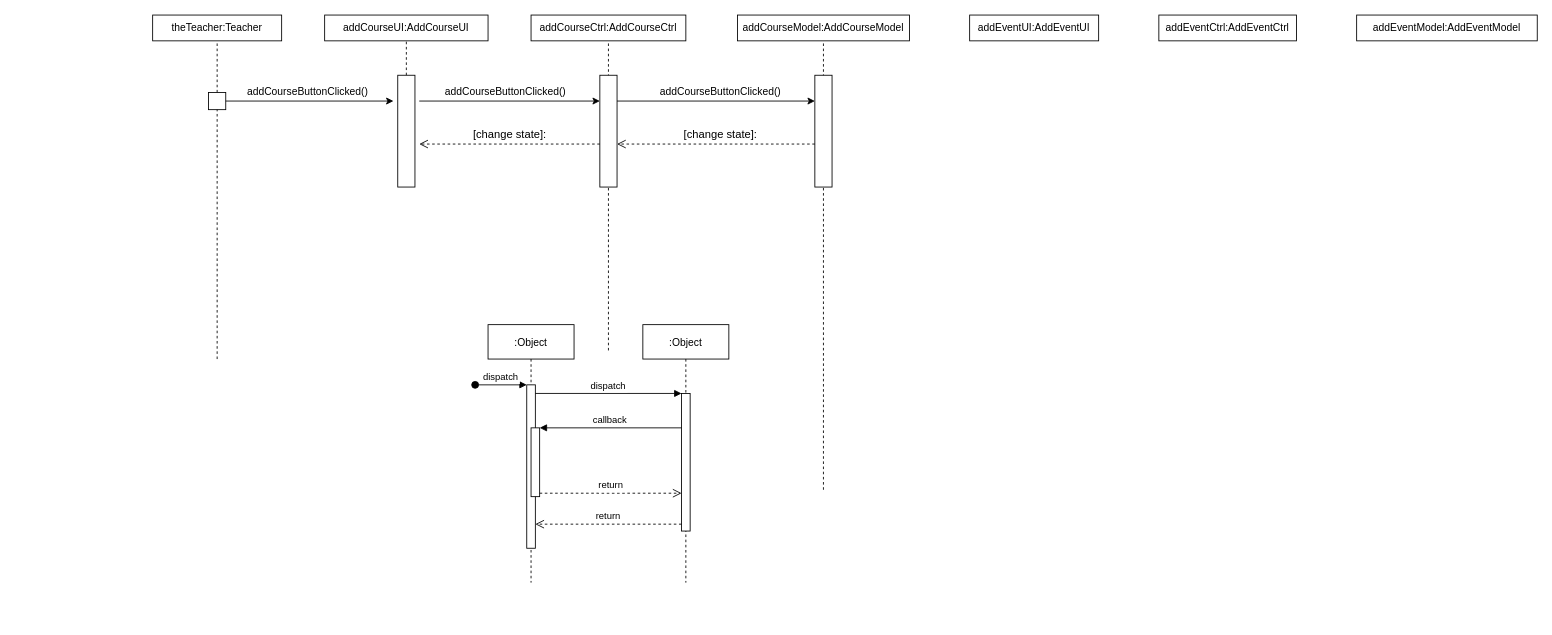
The draw.io diagram Untitled Diagram.drawio in jahan19011noor/university_project, before the edit. Source tidied: cells renumbered, new cells numbered last; positions are measured from the earlier drawing's top-left corner, leaving out a move shared by most shapes. Both pictures are drawn from the tidied source at 86%, with x=0, y=0 at pixel (152, 15).
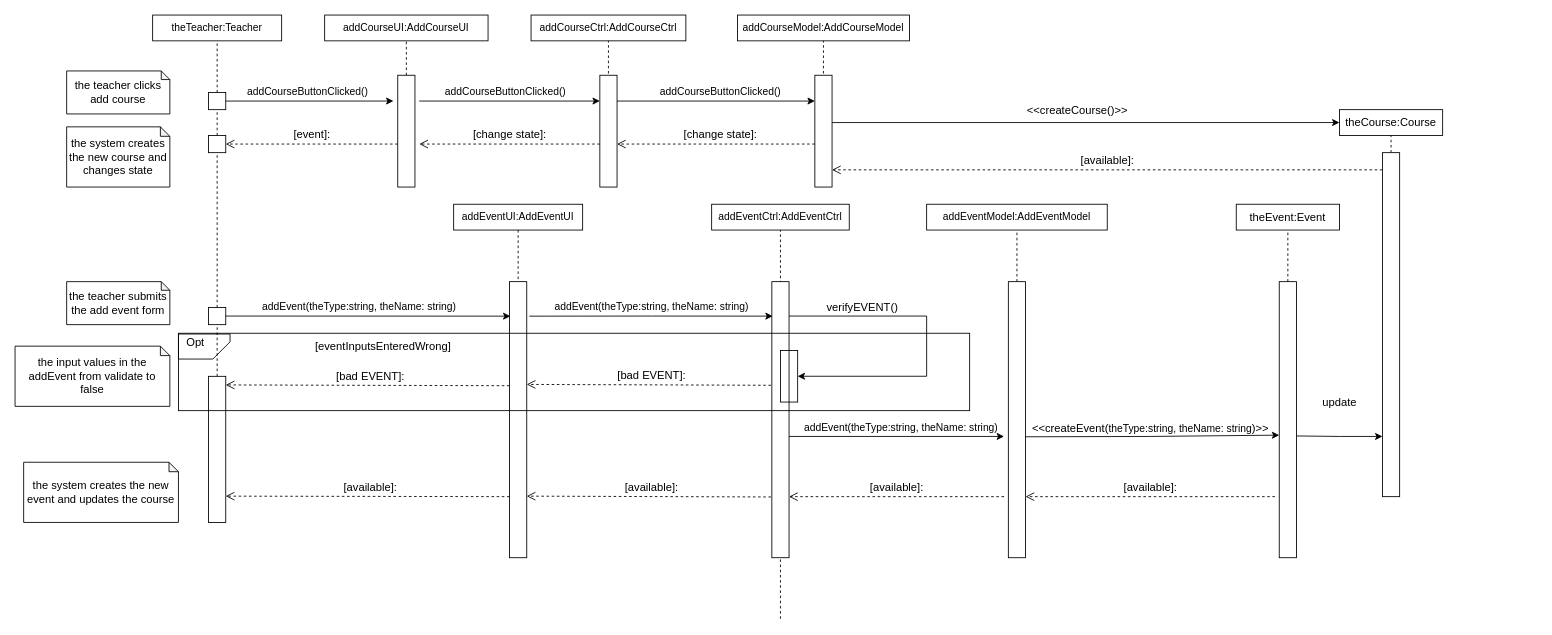
The same diagram, later.

The change refers to these unchanged cells:
```xml
<mxCell id="15" value="addCourseCtrl:AddCourseCtrl" style="rounded=0;whiteSpace=wrap;html=1;" parent="1" vertex="1">
  <mxGeometry x="440" width="180" height="30" as="geometry" />
</mxCell>
<mxCell id="16" value="addCourseModel:AddCourseModel" style="rounded=0;whiteSpace=wrap;html=1;" parent="1" vertex="1">
  <mxGeometry x="680" width="200" height="30" as="geometry" />
</mxCell>
<mxCell id="24" style="rounded=0;whiteSpace=wrap;html=1;" parent="1" vertex="1">
  <mxGeometry x="520" y="70" width="20" height="130" as="geometry" />
</mxCell>
<mxCell id="25" style="whiteSpace=wrap;html=1;" parent="1" vertex="1">
  <mxGeometry x="65" y="90" width="20" height="20" as="geometry" />
</mxCell>
<mxCell id="33" style="rounded=0;whiteSpace=wrap;html=1;" parent="1" vertex="1">
  <mxGeometry x="770" y="70" width="20" height="130" as="geometry" />
</mxCell>
```

The edit, as a diff of the source:
```diff
@@
-    <mxCell id="2" style="group;" parent="1" vertex="1">
-      <mxGeometry x="390" y="360" width="280" height="300" as="geometry" />
-    </mxCell>
-    <mxCell id="3" value=":Object" style="shape=umlLifeline;perimeter=lifelinePerimeter;rounded=0;shadow=0;strokeWidth=1;" parent="2" vertex="1">
-      <mxGeometry width="100" height="300" as="geometry" />
-    </mxCell>
-    <mxCell id="4" style="points=[];perimeter=orthogonalPerimeter;rounded=0;shadow=0;strokeWidth=1;" parent="3" vertex="1">
-      <mxGeometry x="45" y="70" width="10" height="190" as="geometry" />
-    </mxCell>
-    <mxCell id="5" value="dispatch" style="verticalAlign=bottom;startArrow=oval;endArrow=block;startSize=8;shadow=0;strokeWidth=1;" parent="3" edge="1" target="4">
-      <mxGeometry relative="1" as="geometry">
-        <mxPoint x="-15" y="70" as="sourcePoint" />
-      </mxGeometry>
-    </mxCell>
-    <mxCell id="6" style="points=[];perimeter=orthogonalPerimeter;rounded=0;shadow=0;strokeWidth=1;" parent="3" vertex="1">
-      <mxGeometry x="50" y="120" width="10" height="80" as="geometry" />
-    </mxCell>
-    <mxCell id="7" value=":Object" style="shape=umlLifeline;perimeter=lifelinePerimeter;rounded=0;shadow=0;strokeWidth=1;" parent="2" vertex="1">
-      <mxGeometry x="180" width="100" height="300" as="geometry" />
-    </mxCell>
-    <mxCell id="8" style="points=[];perimeter=orthogonalPerimeter;rounded=0;shadow=0;strokeWidth=1;" parent="7" vertex="1">
-      <mxGeometry x="45" y="80" width="10" height="160" as="geometry" />
-    </mxCell>
-    <mxCell id="9" value="return" style="verticalAlign=bottom;endArrow=open;dashed=1;endSize=8;exitX=0;exitY=0.95;shadow=0;strokeWidth=1;" parent="2" edge="1" source="8" target="4">
-      <mxGeometry relative="1" as="geometry" />
-    </mxCell>
-    <mxCell id="10" value="dispatch" style="verticalAlign=bottom;endArrow=block;entryX=0;entryY=0;shadow=0;strokeWidth=1;" parent="2" edge="1" source="4" target="8">
-      <mxGeometry relative="1" as="geometry" />
-    </mxCell>
-    <mxCell id="11" value="callback" style="verticalAlign=bottom;endArrow=block;entryX=1;entryY=0;shadow=0;strokeWidth=1;" parent="2" edge="1" source="8" target="6">
-      <mxGeometry relative="1" as="geometry" />
-    </mxCell>
-    <mxCell id="12" value="return" style="verticalAlign=bottom;endArrow=open;dashed=1;endSize=8;exitX=1;exitY=0.95;shadow=0;strokeWidth=1;" parent="2" edge="1" source="6" target="8">
-      <mxGeometry relative="1" as="geometry" />
-    </mxCell>
@@
     <mxCell id="17" value="addEventUI:AddEventUI" style="rounded=0;whiteSpace=wrap;html=1;" parent="1" vertex="1">
-      <mxGeometry x="950" width="150" height="30" as="geometry" />
+      <mxGeometry x="350" y="220" width="150" height="30" as="geometry" />
     </mxCell>
     <mxCell id="18" value="addEventModel:AddEventModel" style="rounded=0;whiteSpace=wrap;html=1;" parent="1" vertex="1">
-      <mxGeometry x="1400" width="210" height="30" as="geometry" />
+      <mxGeometry x="900" y="220" width="210" height="30" as="geometry" />
     </mxCell>
     <mxCell id="19" value="addEventCtrl:AddEventCtrl" style="rounded=0;whiteSpace=wrap;html=1;" parent="1" vertex="1">
-      <mxGeometry x="1170" width="160" height="30" as="geometry" />
+      <mxGeometry x="650" y="220" width="160" height="30" as="geometry" />
     </mxCell>
@@
-    <mxCell id="23" style="endArrow=none;dashed=1;html=1;rounded=0;entryX=0.5;entryY=1;entryDx=0;entryDy=0;" parent="1" edge="1" target="15">
-      <mxGeometry relative="1" as="geometry">
-        <mxPoint x="530" y="390" as="sourcePoint" />
-      </mxGeometry>
+    <mxCell id="23" style="endArrow=none;dashed=1;html=1;rounded=0;entryX=0.5;entryY=1;entryDx=0;entryDy=0;exitX=0.5;exitY=1;exitDx=0;exitDy=0;" parent="1" edge="1" source="24" target="15">
+      <mxGeometry relative="1" as="geometry" />
     </mxCell>
@@
-    <mxCell id="26" style="endArrow=none;dashed=1;html=1;rounded=0;entryX=0.5;entryY=1;entryDx=0;entryDy=0;" parent="1" edge="1" target="25">
-      <mxGeometry relative="1" as="geometry">
-        <mxPoint x="75" y="400" as="sourcePoint" />
-      </mxGeometry>
+    <mxCell id="26" style="endArrow=none;dashed=1;html=1;rounded=0;entryX=0.5;entryY=1;entryDx=0;entryDy=0;startArrow=none;" parent="1" edge="1" source="46" target="25">
+      <mxGeometry relative="1" as="geometry" />
     </mxCell>
@@
-    <mxCell id="32" style="endArrow=none;dashed=1;html=1;rounded=0;entryX=0.5;entryY=1;entryDx=0;entryDy=0;" parent="1" edge="1" target="16">
-      <mxGeometry relative="1" as="geometry">
-        <mxPoint x="780" y="552" as="sourcePoint" />
-      </mxGeometry>
+    <mxCell id="32" style="endArrow=none;dashed=1;html=1;rounded=0;entryX=0.5;entryY=1;entryDx=0;entryDy=0;exitX=0.5;exitY=1;exitDx=0;exitDy=0;" parent="1" edge="1" source="33" target="16">
+      <mxGeometry relative="1" as="geometry" />
     </mxCell>
@@
+    <mxCell id="38" value="theCourse:Course" style="rounded=0;whiteSpace=wrap;html=1;fontSize=13;" parent="1" vertex="1">
+      <mxGeometry x="1380" y="110" width="120" height="30" as="geometry" />
+    </mxCell>
+    <mxCell id="39" style="endArrow=classic;html=1;rounded=0;fontSize=13;entryX=0;entryY=0.5;entryDx=0;entryDy=0;" parent="1" edge="1" target="38">
+      <mxGeometry relative="1" as="geometry">
+        <mxPoint x="790" y="125" as="sourcePoint" />
+      </mxGeometry>
+    </mxCell>
+    <mxCell id="40" value="&lt;font style=&quot;font-size: 13px&quot;&gt;&amp;lt;&amp;lt;createCourse()&amp;gt;&amp;gt;&lt;/font&gt;" style="text;html=1;align=center;verticalAlign=middle;strokeColor=none;fillColor=none;fontSize=13;" parent="1" vertex="1">
+      <mxGeometry x="1010" y="100" width="130" height="20" as="geometry" />
+    </mxCell>
+    <mxCell id="41" style="endArrow=none;dashed=1;html=1;rounded=0;fontSize=14;entryX=0.5;entryY=1;entryDx=0;entryDy=0;startArrow=none;" parent="1" edge="1" source="42" target="38">
+      <mxGeometry relative="1" as="geometry" />
+    </mxCell>
+    <mxCell id="42" style="rounded=0;whiteSpace=wrap;html=1;fontSize=14;" parent="1" vertex="1">
+      <mxGeometry x="1430" y="160" width="20" height="400" as="geometry" />
+    </mxCell>
+    <mxCell id="43" style="endArrow=none;dashed=1;html=1;rounded=0;fontSize=14;entryX=0.5;entryY=1;entryDx=0;entryDy=0;exitX=0.5;exitY=1;exitDx=0;exitDy=0;" parent="1" edge="1" source="42" target="42">
+      <mxGeometry relative="1" as="geometry" />
+    </mxCell>
+    <mxCell id="44" value="&lt;span style=&quot;font-size: 13px&quot;&gt;[available]:&lt;/span&gt;" style="html=1;verticalAlign=bottom;endArrow=open;dashed=1;endSize=8;rounded=0;exitX=0;exitY=0.05;exitDx=0;exitDy=0;exitPerimeter=0;" parent="1" edge="1" source="42">
+      <mxGeometry relative="1" as="geometry">
+        <mxPoint x="790" y="180" as="targetPoint" />
+        <Array as="points">
+          <mxPoint x="860" y="180" />
+        </Array>
+      </mxGeometry>
+    </mxCell>
+    <mxCell id="45" value="&lt;font style=&quot;font-size: 13px&quot;&gt;[event]:&lt;/font&gt;" style="html=1;verticalAlign=bottom;endArrow=open;dashed=1;endSize=8;rounded=0;entryX=1;entryY=0.5;entryDx=0;entryDy=0;" parent="1" edge="1" target="46">
+      <mxGeometry relative="1" as="geometry">
+        <mxPoint x="285" y="150" as="sourcePoint" />
+        <Array as="points">
+          <mxPoint x="175" y="150" />
+        </Array>
+      </mxGeometry>
+    </mxCell>
+    <mxCell id="46" style="whiteSpace=wrap;html=1;" parent="1" vertex="1">
+      <mxGeometry x="65" y="140" width="20" height="20" as="geometry" />
+    </mxCell>
+    <mxCell id="47" style="endArrow=none;dashed=1;html=1;rounded=0;entryX=0.5;entryY=1;entryDx=0;entryDy=0;startArrow=none;" parent="1" edge="1" source="48" target="46">
+      <mxGeometry relative="1" as="geometry" />
+    </mxCell>
+    <mxCell id="48" style="whiteSpace=wrap;html=1;" parent="1" vertex="1">
+      <mxGeometry x="65" y="340" width="20" height="20" as="geometry" />
+    </mxCell>
+    <mxCell id="49" style="endArrow=none;dashed=1;html=1;rounded=0;entryX=0.5;entryY=1;entryDx=0;entryDy=0;startArrow=none;exitX=0.5;exitY=0;exitDx=0;exitDy=0;" parent="1" edge="1" source="85" target="48">
+      <mxGeometry relative="1" as="geometry" />
+    </mxCell>
+    <mxCell id="50" style="group;" parent="1" vertex="1">
+      <mxGeometry x="110" y="310" width="160" height="20" as="geometry" />
+    </mxCell>
+    <mxCell id="51" value="addEvent(theType:string, theName: string)" style="text;html=1;align=center;verticalAlign=middle;strokeColor=none;fillColor=none;" parent="1" vertex="1">
+      <mxGeometry x="120" y="330" width="240" height="20" as="geometry" />
+    </mxCell>
+    <mxCell id="52" style="endArrow=none;dashed=1;html=1;rounded=0;fontSize=13;exitX=0.5;exitY=1;exitDx=0;exitDy=0;" parent="1" edge="1" source="17" target="53">
+      <mxGeometry relative="1" as="geometry" />
+    </mxCell>
+    <mxCell id="53" style="rounded=0;whiteSpace=wrap;html=1;fontSize=13;" parent="1" vertex="1">
+      <mxGeometry x="415" y="310" width="20" height="321" as="geometry" />
+    </mxCell>
+    <mxCell id="54" style="endArrow=classic;html=1;rounded=0;exitX=1;exitY=0.5;exitDx=0;exitDy=0;entryX=0.05;entryY=0.125;entryDx=0;entryDy=0;entryPerimeter=0;" parent="1" edge="1" source="48" target="53">
+      <mxGeometry relative="1" as="geometry" />
+    </mxCell>
+    <mxCell id="55" style="endArrow=none;dashed=1;html=1;rounded=0;fontSize=13;entryX=0.5;entryY=1;entryDx=0;entryDy=0;" parent="1" edge="1" target="19">
+      <mxGeometry relative="1" as="geometry">
+        <mxPoint x="730" y="702" as="sourcePoint" />
+      </mxGeometry>
+    </mxCell>
+    <mxCell id="56" style="rounded=0;whiteSpace=wrap;html=1;fontSize=13;" parent="1" vertex="1">
+      <mxGeometry x="720" y="310" width="20" height="321" as="geometry" />
+    </mxCell>
+    <mxCell id="57" value="addEvent(theType:string, theName: string)" style="text;html=1;align=center;verticalAlign=middle;strokeColor=none;fillColor=none;" parent="1" vertex="1">
+      <mxGeometry x="460" y="330" width="240" height="20" as="geometry" />
+    </mxCell>
+    <mxCell id="58" style="endArrow=classic;html=1;rounded=0;entryX=0.05;entryY=0.125;entryDx=0;entryDy=0;entryPerimeter=0;exitX=1.15;exitY=0.125;exitDx=0;exitDy=0;exitPerimeter=0;" parent="1" edge="1" source="53">
+      <mxGeometry relative="1" as="geometry">
+        <mxPoint x="721" y="350.1" as="targetPoint" />
+        <Array as="points">
+          <mxPoint x="580" y="350" />
+        </Array>
+      </mxGeometry>
+    </mxCell>
+    <mxCell id="59" style="rounded=0;whiteSpace=wrap;html=1;fontSize=13;" parent="1" vertex="1">
+      <mxGeometry x="995" y="310" width="20" height="321" as="geometry" />
+    </mxCell>
+    <mxCell id="60" value="addEvent(theType:string, theName: string)" style="text;html=1;align=center;verticalAlign=middle;strokeColor=none;fillColor=none;" parent="1" vertex="1">
+      <mxGeometry x="750" y="470" width="240" height="20" as="geometry" />
+    </mxCell>
+    <mxCell id="61" style="endArrow=classic;html=1;rounded=0;fontSize=13;" parent="1" edge="1">
+      <mxGeometry relative="1" as="geometry">
+        <mxPoint x="740" y="490" as="sourcePoint" />
+        <mxPoint x="990" y="490" as="targetPoint" />
+      </mxGeometry>
+    </mxCell>
+    <mxCell id="62" style="endArrow=none;dashed=1;html=1;rounded=0;fontSize=13;entryX=0.5;entryY=1;entryDx=0;entryDy=0;exitX=0.5;exitY=0;exitDx=0;exitDy=0;" parent="1" edge="1" source="59" target="18">
+      <mxGeometry relative="1" as="geometry" />
+    </mxCell>
+    <mxCell id="63" value="theEvent:Event" style="rounded=0;whiteSpace=wrap;html=1;fontSize=13;" parent="1" vertex="1">
+      <mxGeometry x="1260" y="220" width="120" height="30" as="geometry" />
+    </mxCell>
+    <mxCell id="64" style="rounded=0;whiteSpace=wrap;html=1;fontSize=13;" parent="1" vertex="1">
+      <mxGeometry x="1310" y="310" width="20" height="321" as="geometry" />
+    </mxCell>
+    <mxCell id="65" style="endArrow=none;dashed=1;html=1;rounded=0;fontSize=13;entryX=0.5;entryY=1;entryDx=0;entryDy=0;exitX=0.5;exitY=0;exitDx=0;exitDy=0;" parent="1" edge="1" source="64" target="63">
+      <mxGeometry relative="1" as="geometry" />
+    </mxCell>
+    <mxCell id="66" value="&lt;font style=&quot;font-size: 13px&quot;&gt;&amp;lt;&amp;lt;createEvent(&lt;span style=&quot;font-size: 12px&quot;&gt;theType:string, theName: string&lt;/span&gt;)&amp;gt;&amp;gt;&lt;/font&gt;" style="text;html=1;align=center;verticalAlign=middle;strokeColor=none;fillColor=none;fontSize=13;" parent="1" vertex="1">
+      <mxGeometry x="1015" y="470" width="290" height="20" as="geometry" />
+    </mxCell>
+    <mxCell id="67" style="endArrow=classic;html=1;rounded=0;fontSize=13;entryX=0;entryY=0.556;entryDx=0;entryDy=0;entryPerimeter=0;exitX=1;exitY=0.562;exitDx=0;exitDy=0;exitPerimeter=0;" parent="1" edge="1" source="59" target="64">
+      <mxGeometry relative="1" as="geometry">
+        <Array as="points">
+          <mxPoint x="1160" y="490" />
+        </Array>
+      </mxGeometry>
+    </mxCell>
+    <mxCell id="68" value="the teacher clicks add course" style="shape=note;whiteSpace=wrap;html=1;backgroundOutline=1;darkOpacity=0.05;fontSize=13;size=10;" parent="1" vertex="1">
+      <mxGeometry x="-100" y="65" width="120" height="50" as="geometry" />
+    </mxCell>
+    <mxCell id="69" value="the system creates the new course and changes state" style="shape=note;whiteSpace=wrap;html=1;backgroundOutline=1;darkOpacity=0.05;fontSize=13;size=11;" parent="1" vertex="1">
+      <mxGeometry x="-100" y="130" width="120" height="70" as="geometry" />
+    </mxCell>
+    <mxCell id="70" value="the teacher submits the add event form" style="shape=note;whiteSpace=wrap;html=1;backgroundOutline=1;darkOpacity=0.05;fontSize=13;size=10;" parent="1" vertex="1">
+      <mxGeometry x="-100" y="310" width="120" height="50" as="geometry" />
+    </mxCell>
+    <mxCell id="71" style="endArrow=classic;html=1;rounded=0;fontSize=13;exitX=1;exitY=0.559;exitDx=0;exitDy=0;exitPerimeter=0;" parent="1" edge="1" source="64">
+      <mxGeometry relative="1" as="geometry">
+        <mxPoint x="1430" y="490" as="targetPoint" />
+        <Array as="points">
+          <mxPoint x="1380" y="490" />
+        </Array>
+      </mxGeometry>
+    </mxCell>
+    <mxCell id="72" value="update" style="text;html=1;align=center;verticalAlign=middle;strokeColor=none;fillColor=none;fontSize=13;" parent="1" vertex="1">
+      <mxGeometry x="1350" y="440.1" width="60" height="20" as="geometry" />
+    </mxCell>
+    <mxCell id="73" value="&lt;span style=&quot;font-size: 13px&quot;&gt;[available]:&lt;/span&gt;" style="html=1;verticalAlign=bottom;endArrow=open;dashed=1;endSize=8;rounded=0;exitX=0;exitY=0.077;exitDx=0;exitDy=0;exitPerimeter=0;" parent="1" edge="1">
+      <mxGeometry relative="1" as="geometry">
+        <mxPoint x="1305" y="560" as="sourcePoint" />
+        <mxPoint x="1015" y="560" as="targetPoint" />
+      </mxGeometry>
+    </mxCell>
+    <mxCell id="74" value="&lt;span style=&quot;font-size: 13px&quot;&gt;[available]:&lt;/span&gt;" style="html=1;verticalAlign=bottom;endArrow=open;dashed=1;endSize=8;rounded=0;" parent="1" edge="1">
+      <mxGeometry relative="1" as="geometry">
+        <mxPoint x="990" y="560" as="sourcePoint" />
+        <mxPoint x="740" y="560" as="targetPoint" />
+      </mxGeometry>
+    </mxCell>
+    <mxCell id="75" value="&lt;span style=&quot;font-size: 13px&quot;&gt;[available]:&lt;/span&gt;" style="html=1;verticalAlign=bottom;endArrow=open;dashed=1;endSize=8;rounded=0;entryX=1;entryY=0.777;entryDx=0;entryDy=0;entryPerimeter=0;exitX=-0.05;exitY=0.78;exitDx=0;exitDy=0;exitPerimeter=0;" parent="1" edge="1" source="56" target="53">
+      <mxGeometry x="-0.02" relative="1" as="geometry" />
+    </mxCell>
+    <mxCell id="76" value="the system creates the new event and updates the course" style="shape=note;whiteSpace=wrap;html=1;backgroundOutline=1;darkOpacity=0.05;fontSize=13;size=11;" parent="1" vertex="1">
+      <mxGeometry x="-150" y="520" width="180" height="70" as="geometry" />
+    </mxCell>
+    <mxCell id="77" style="rounded=0;whiteSpace=wrap;html=1;fontSize=13;fillColor=none;" parent="1" vertex="1">
+      <mxGeometry x="30" y="370" width="920" height="90" as="geometry" />
+    </mxCell>
+    <mxCell id="78" style="verticalLabelPosition=bottom;verticalAlign=top;html=1;shape=card;whiteSpace=wrap;size=20;arcSize=12;fontSize=13;fillColor=none;rotation=-180;" parent="1" vertex="1">
+      <mxGeometry x="30" y="370.9" width="60" height="29.1" as="geometry" />
+    </mxCell>
+    <mxCell id="79" style="edgeStyle=segmentEdgeStyle;endArrow=classic;html=1;rounded=0;fontSize=13;entryX=1;entryY=0.5;entryDx=0;entryDy=0;" parent="1" edge="1" target="80">
+      <mxGeometry relative="1" as="geometry">
+        <mxPoint x="740" y="350" as="sourcePoint" />
+        <Array as="points">
+          <mxPoint x="900" y="350" />
+          <mxPoint x="900" y="420" />
+        </Array>
+      </mxGeometry>
+    </mxCell>
+    <mxCell id="80" style="rounded=0;whiteSpace=wrap;html=1;fontSize=13;fillColor=none;" parent="1" vertex="1">
+      <mxGeometry x="730" y="390" width="20" height="60" as="geometry" />
+    </mxCell>
+    <mxCell id="81" value="verifyEVENT()" style="text;html=1;align=center;verticalAlign=middle;strokeColor=none;fillColor=none;fontSize=13;" parent="1" vertex="1">
+      <mxGeometry x="775" y="330" width="100" height="20" as="geometry" />
+    </mxCell>
+    <mxCell id="82" value="&lt;span style=&quot;font-size: 13px&quot;&gt;[bad EVENT]:&lt;/span&gt;" style="html=1;verticalAlign=bottom;endArrow=open;dashed=1;endSize=8;rounded=0;entryX=1;entryY=0.5;entryDx=0;entryDy=0;exitX=-0.05;exitY=0.78;exitDx=0;exitDy=0;exitPerimeter=0;" parent="1" edge="1">
+      <mxGeometry x="-0.02" relative="1" as="geometry">
+        <mxPoint x="415" y="431" as="sourcePoint" />
+        <mxPoint x="85" y="430.1" as="targetPoint" />
+      </mxGeometry>
+    </mxCell>
+    <mxCell id="83" value="&lt;span style=&quot;font-size: 13px&quot;&gt;[bad EVENT]:&lt;/span&gt;" style="html=1;verticalAlign=bottom;endArrow=open;dashed=1;endSize=8;rounded=0;entryX=1;entryY=0.777;entryDx=0;entryDy=0;entryPerimeter=0;exitX=-0.05;exitY=0.78;exitDx=0;exitDy=0;exitPerimeter=0;" parent="1" edge="1">
+      <mxGeometry x="-0.02" relative="1" as="geometry">
+        <mxPoint x="719" y="430.5" as="sourcePoint" />
+        <mxPoint x="435" y="429.5" as="targetPoint" />
+      </mxGeometry>
+    </mxCell>
+    <mxCell id="84" value="Opt" style="text;html=1;strokeColor=none;fillColor=none;align=center;verticalAlign=middle;whiteSpace=wrap;rounded=0;fontSize=13;" parent="1" vertex="1">
+      <mxGeometry x="20" y="365" width="60" height="30" as="geometry" />
+    </mxCell>
+    <mxCell id="85" style="rounded=0;whiteSpace=wrap;html=1;fontSize=13;fillColor=none;" parent="1" vertex="1">
+      <mxGeometry x="65" y="420.1" width="20" height="169.9" as="geometry" />
+    </mxCell>
+    <mxCell id="86" value="[eventInputsEnteredWrong]&amp;nbsp;" style="text;html=1;strokeColor=none;fillColor=none;align=center;verticalAlign=middle;whiteSpace=wrap;rounded=0;fontSize=13;" parent="1" vertex="1">
+      <mxGeometry x="240" y="370" width="60" height="30" as="geometry" />
+    </mxCell>
+    <mxCell id="87" value="&lt;span style=&quot;font-size: 13px&quot;&gt;[available]:&lt;/span&gt;" style="html=1;verticalAlign=bottom;endArrow=open;dashed=1;endSize=8;rounded=0;entryX=1;entryY=0.82;entryDx=0;entryDy=0;entryPerimeter=0;exitX=-0.05;exitY=0.78;exitDx=0;exitDy=0;exitPerimeter=0;" parent="1" edge="1" target="85">
+      <mxGeometry x="-0.02" relative="1" as="geometry">
+        <mxPoint x="415" y="560" as="sourcePoint" />
+      </mxGeometry>
+    </mxCell>
+    <mxCell id="88" value="the input values in the addEvent from validate to false" style="shape=note;whiteSpace=wrap;html=1;backgroundOutline=1;darkOpacity=0.05;fontSize=13;size=11;" parent="1" vertex="1">
+      <mxGeometry x="-160" y="385" width="180" height="70" as="geometry" />
+    </mxCell>
```
